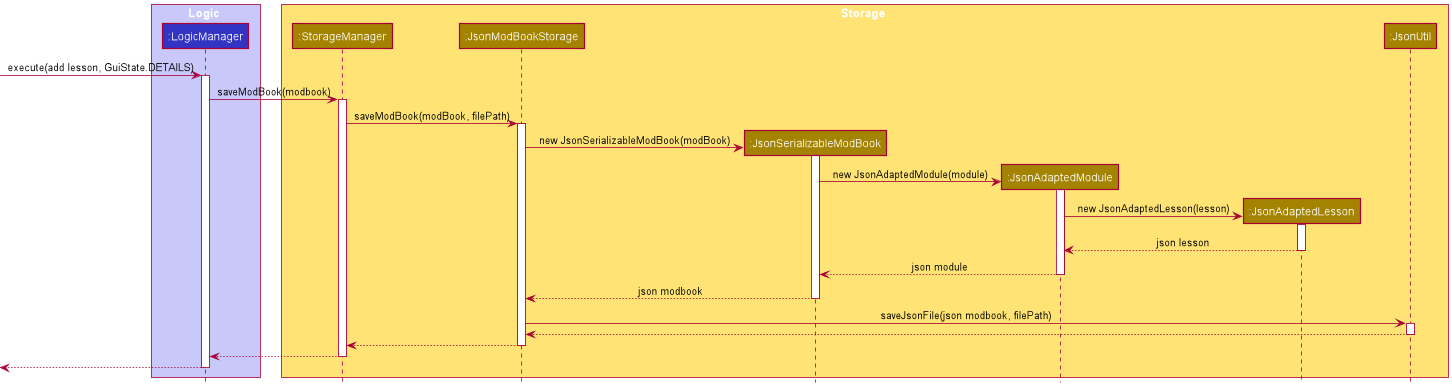
The PlantUML diagram docs/images/StorageSequenceDiagram.png in rohit0718/tp, before a commit.
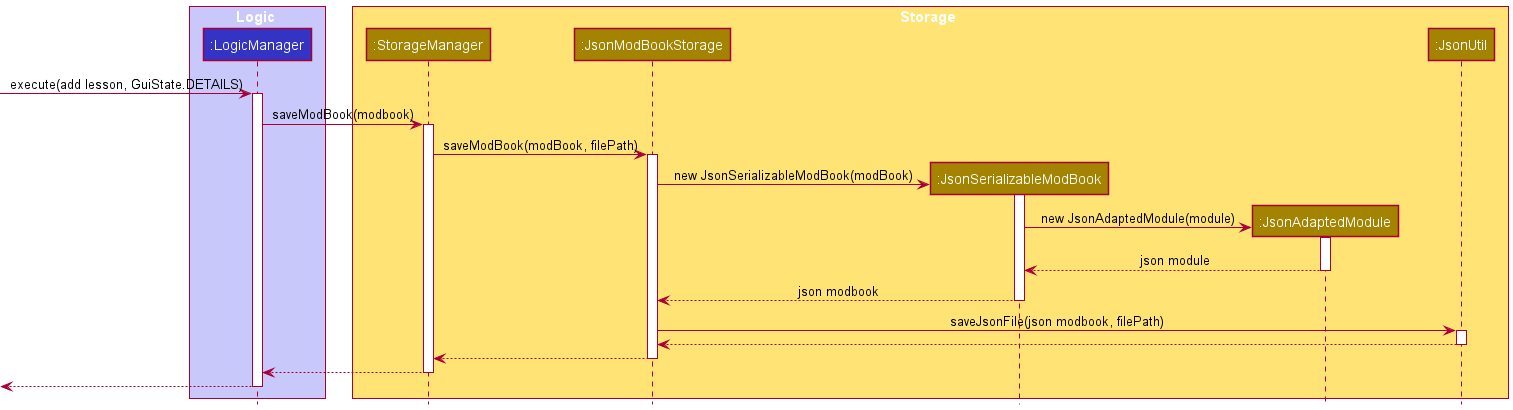
The same diagram one commit later.

Commit message:
Simplify UML diagram for Storage in DG

Diff of the diagram source:
```diff
@@ -10,7 +10,6 @@
 participant ":JsonModBookStorage" as JsonModBookStorage STORAGE_COLOR
 participant ":JsonSerializableModBook" as JsonSerializableModBook STORAGE_COLOR
 participant ":JsonAdaptedModule" as JsonAdaptedModule STORAGE_COLOR
-participant ":JsonAdaptedLesson" as JsonAdaptedLesson STORAGE_COLOR
 participant ":JsonUtil" as JsonUtil STORAGE_COLOR
 end box
 
@@ -30,13 +29,6 @@
 create JsonAdaptedModule
 JsonSerializableModBook -> JsonAdaptedModule : new JsonAdaptedModule(module)
 activate JsonAdaptedModule
-
-create JsonAdaptedLesson
-JsonAdaptedModule -> JsonAdaptedLesson : new JsonAdaptedLesson(lesson)
-activate JsonAdaptedLesson
-
-JsonAdaptedLesson --> JsonAdaptedModule : json lesson
-deactivate JsonAdaptedLesson
 
 JsonAdaptedModule --> JsonSerializableModBook : json module
 deactivate JsonAdaptedModule
```
